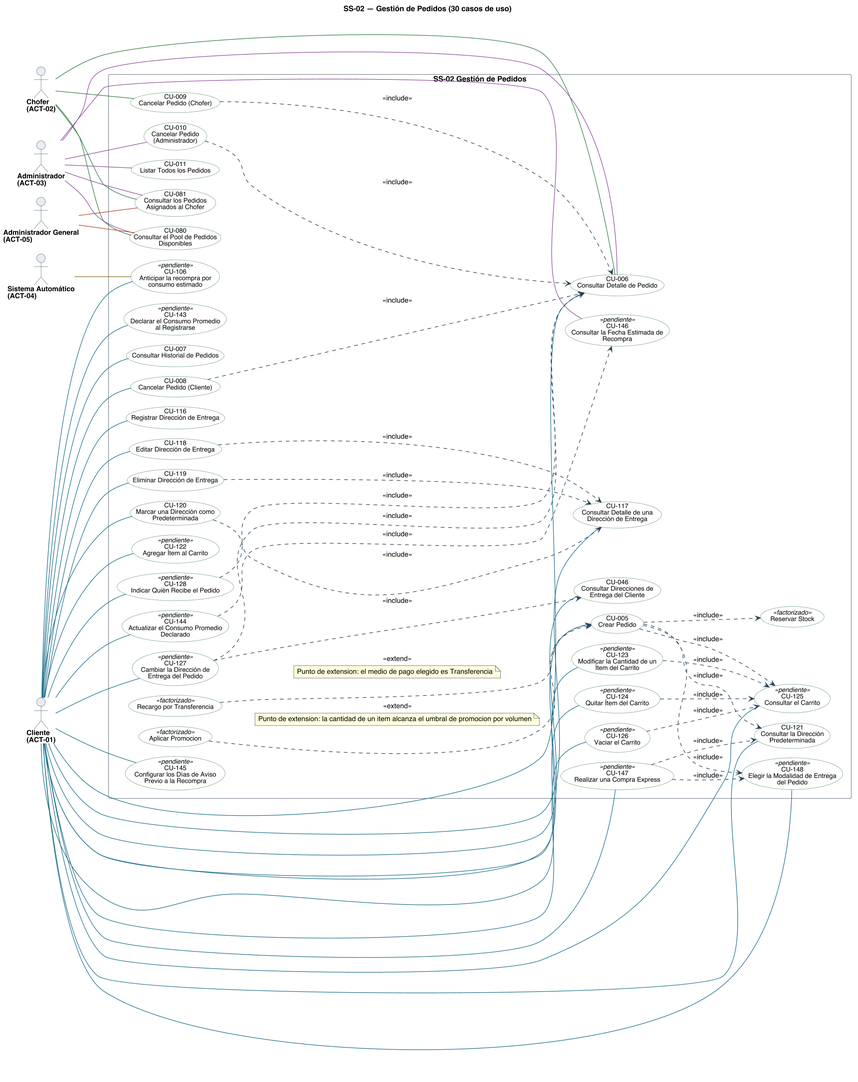
Before: diagramas/uml/CU_SS-02_Gestion-De-Pedidos.png, a diagram exported from PlantUML (Nahuelito-Dev/splg-docs).
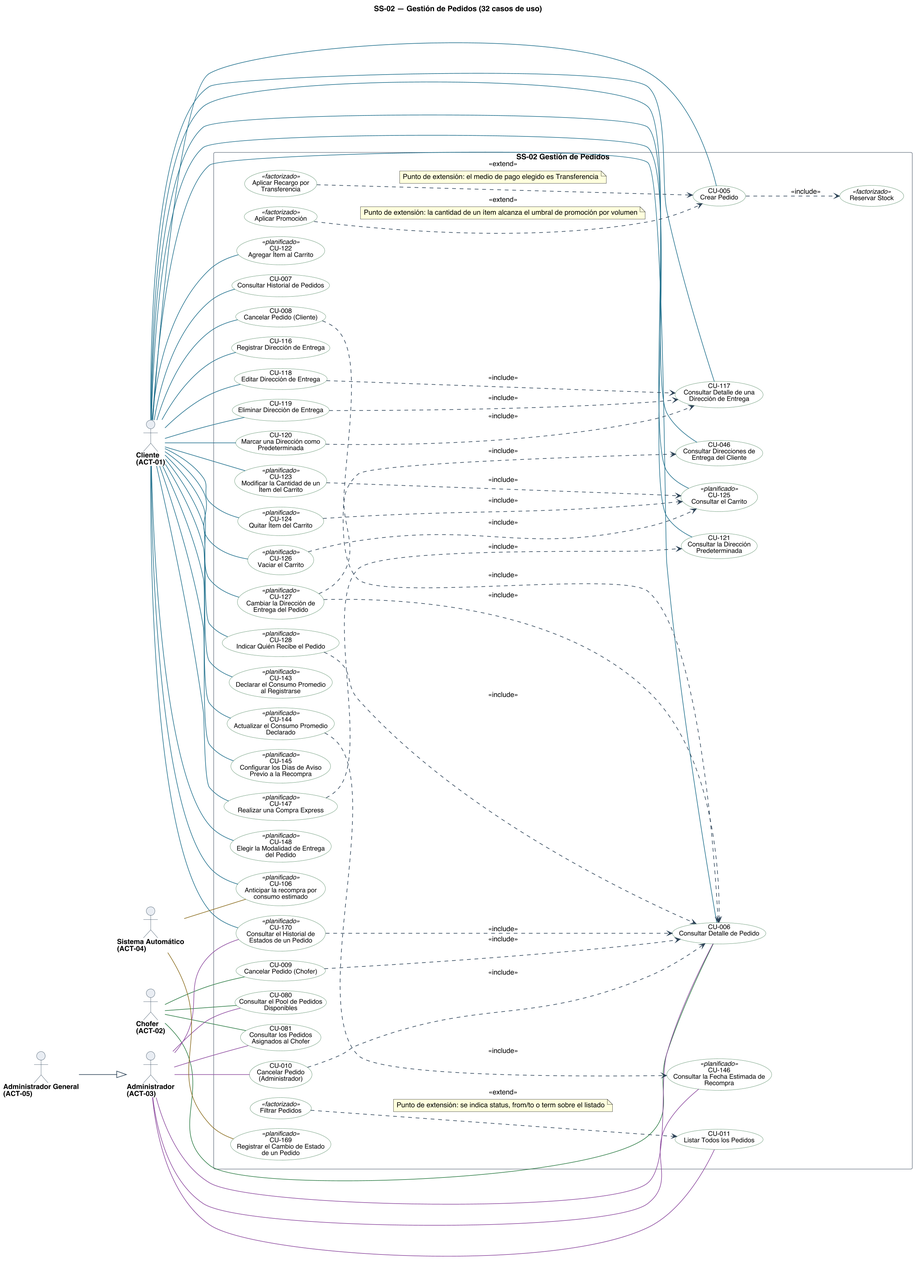
Later version of the same file.

Change to the diagram source:
```diff
@@ -1,5 +1,5 @@
 @startuml
-title SS-02 — Gestión de Pedidos (30 casos de uso)
+title SS-02 — Gestión de Pedidos (32 casos de uso)
 left to right direction
 skinparam backgroundColor #FFFFFF
 skinparam shadowing false
@@ -28,8 +28,8 @@
 skinparam nodesep 18
 skinparam ranksep 70
 skinparam usecase {
-  BorderColor<<pendiente>> #9C4436
-  BackgroundColor<<pendiente>> #F6E4E1
+  BorderColor<<planificado>> #9C4436
+  BackgroundColor<<planificado>> #F6E4E1
   BorderColor<<factorizado>> #6B7683
   BackgroundColor<<factorizado>> #F2F4F6
 }
@@ -51,28 +51,31 @@
   usecase "CU-046\nConsultar Direcciones de\nEntrega del Cliente" as U046 #back:FFFFFF;line:3F7A50
   usecase "CU-080\nConsultar el Pool de Pedidos\nDisponibles" as U080 #back:FFFFFF;line:3F7A50
   usecase "CU-081\nConsultar los Pedidos\nAsignados al Chofer" as U081 #back:FFFFFF;line:3F7A50
-  usecase "CU-106\nAnticipar la recompra por\nconsumo estimado" as U106 <<pendiente>> #back:FFFFFF;line:3F7A50
+  usecase "CU-106\nAnticipar la recompra por\nconsumo estimado" as U106 <<planificado>> #back:FFFFFF;line:3F7A50
   usecase "CU-116\nRegistrar Dirección de Entrega" as U116 #back:FFFFFF;line:3F7A50
   usecase "CU-117\nConsultar Detalle de una\nDirección de Entrega" as U117 #back:FFFFFF;line:3F7A50
   usecase "CU-118\nEditar Dirección de Entrega" as U118 #back:FFFFFF;line:3F7A50
   usecase "CU-119\nEliminar Dirección de Entrega" as U119 #back:FFFFFF;line:3F7A50
   usecase "CU-120\nMarcar una Dirección como\nPredeterminada" as U120 #back:FFFFFF;line:3F7A50
   usecase "CU-121\nConsultar la Dirección\nPredeterminada" as U121 #back:FFFFFF;line:3F7A50
-  usecase "CU-122\nAgregar Ítem al Carrito" as U122 <<pendiente>> #back:FFFFFF;line:3F7A50
-  usecase "CU-123\nModificar la Cantidad de un\nÍtem del Carrito" as U123 <<pendiente>> #back:FFFFFF;line:3F7A50
-  usecase "CU-124\nQuitar Ítem del Carrito" as U124 <<pendiente>> #back:FFFFFF;line:3F7A50
-  usecase "CU-125\nConsultar el Carrito" as U125 <<pendiente>> #back:FFFFFF;line:3F7A50
-  usecase "CU-126\nVaciar el Carrito" as U126 <<pendiente>> #back:FFFFFF;line:3F7A50
-  usecase "CU-127\nCambiar la Dirección de\nEntrega del Pedido" as U127 <<pendiente>> #back:FFFFFF;line:3F7A50
-  usecase "CU-128\nIndicar Quién Recibe el Pedido" as U128 <<pendiente>> #back:FFFFFF;line:3F7A50
-  usecase "CU-143\nDeclarar el Consumo Promedio\nal Registrarse" as U143 <<pendiente>> #back:FFFFFF;line:3F7A50
-  usecase "CU-144\nActualizar el Consumo Promedio\nDeclarado" as U144 <<pendiente>> #back:FFFFFF;line:3F7A50
-  usecase "CU-145\nConfigurar los Días de Aviso\nPrevio a la Recompra" as U145 <<pendiente>> #back:FFFFFF;line:3F7A50
-  usecase "CU-146\nConsultar la Fecha Estimada de\nRecompra" as U146 <<pendiente>> #back:FFFFFF;line:3F7A50
-  usecase "CU-147\nRealizar una Compra Express" as U147 <<pendiente>> #back:FFFFFF;line:3F7A50
-  usecase "CU-148\nElegir la Modalidad de Entrega\ndel Pedido" as U148 <<pendiente>> #back:FFFFFF;line:3F7A50
-  usecase "Aplicar Promocion" as F_PROMO <<factorizado>> #back:FFFFFF;line:3F7A50
-  usecase "Recargo por Transferencia" as F_RECAR <<factorizado>> #back:FFFFFF;line:3F7A50
+  usecase "CU-122\nAgregar Ítem al Carrito" as U122 <<planificado>> #back:FFFFFF;line:3F7A50
+  usecase "CU-123\nModificar la Cantidad de un\nÍtem del Carrito" as U123 <<planificado>> #back:FFFFFF;line:3F7A50
+  usecase "CU-124\nQuitar Ítem del Carrito" as U124 <<planificado>> #back:FFFFFF;line:3F7A50
+  usecase "CU-125\nConsultar el Carrito" as U125 <<planificado>> #back:FFFFFF;line:3F7A50
+  usecase "CU-126\nVaciar el Carrito" as U126 <<planificado>> #back:FFFFFF;line:3F7A50
+  usecase "CU-127\nCambiar la Dirección de\nEntrega del Pedido" as U127 <<planificado>> #back:FFFFFF;line:3F7A50
+  usecase "CU-128\nIndicar Quién Recibe el Pedido" as U128 <<planificado>> #back:FFFFFF;line:3F7A50
+  usecase "CU-143\nDeclarar el Consumo Promedio\nal Registrarse" as U143 <<planificado>> #back:FFFFFF;line:3F7A50
+  usecase "CU-144\nActualizar el Consumo Promedio\nDeclarado" as U144 <<planificado>> #back:FFFFFF;line:3F7A50
+  usecase "CU-145\nConfigurar los Días de Aviso\nPrevio a la Recompra" as U145 <<planificado>> #back:FFFFFF;line:3F7A50
+  usecase "CU-146\nConsultar la Fecha Estimada de\nRecompra" as U146 <<planificado>> #back:FFFFFF;line:3F7A50
+  usecase "CU-147\nRealizar una Compra Express" as U147 <<planificado>> #back:FFFFFF;line:3F7A50
+  usecase "CU-148\nElegir la Modalidad de Entrega\ndel Pedido" as U148 <<planificado>> #back:FFFFFF;line:3F7A50
+  usecase "CU-169\nRegistrar el Cambio de Estado\nde un Pedido" as U169 <<planificado>> #back:FFFFFF;line:3F7A50
+  usecase "CU-170\nConsultar el Historial de\nEstados de un Pedido" as U170 <<planificado>> #back:FFFFFF;line:3F7A50
+  usecase "Filtrar Pedidos" as F_FILTRO <<factorizado>> #back:FFFFFF;line:3F7A50
+  usecase "Aplicar Promoción" as F_PROMO <<factorizado>> #back:FFFFFF;line:3F7A50
+  usecase "Aplicar Recargo por\nTransferencia" as F_RECAR <<factorizado>> #back:FFFFFF;line:3F7A50
   usecase "Reservar Stock" as F_STOCK <<factorizado>> #back:FFFFFF;line:3F7A50
 }
 
@@ -100,6 +103,7 @@
 A01 -[#1F6F8B]- U145
 A01 -[#1F6F8B]- U147
 A01 -[#1F6F8B]- U148
+A01 -[#1F6F8B]- U170
 A02 -[#2E7D46]- U006
 A02 -[#2E7D46]- U009
 A02 -[#2E7D46]- U080
@@ -110,16 +114,14 @@
 A03 -[#8C4A9E]- U080
 A03 -[#8C4A9E]- U081
 A03 -[#8C4A9E]- U146
+A03 -[#8C4A9E]- U170
 A04 -[#8A6D1F]- U106
-A05 -[#B4432B]- U080
-A05 -[#B4432B]- U081
+A04 -[#8A6D1F]- U169
+A05 --|> A03
 
-U005 ..> U125 : <<include>>
-U005 ..> U121 : <<include>>
-U005 ..> U148 : <<include>>
 U147 ..> U121 : <<include>>
-U147 ..> U148 : <<include>>
 U144 ..> U146 : <<include>>
+U170 ..> U006 : <<include>>
 U008 ..> U006 : <<include>>
 U009 ..> U006 : <<include>>
 U010 ..> U006 : <<include>>
@@ -136,11 +138,15 @@
 
 F_PROMO ..> U005 : <<extend>>
 note on link
-  Punto de extension: la cantidad de un item alcanza el umbral de promocion por volumen
+  Punto de extensión: la cantidad de un ítem alcanza el umbral de promoción por volumen
 end note
 F_RECAR ..> U005 : <<extend>>
 note on link
-  Punto de extension: el medio de pago elegido es Transferencia
+  Punto de extensión: el medio de pago elegido es Transferencia
+end note
+F_FILTRO ..> U011 : <<extend>>
+note on link
+  Punto de extensión: se indica status, from/to o term sobre el listado
 end note
 
 @enduml
```
